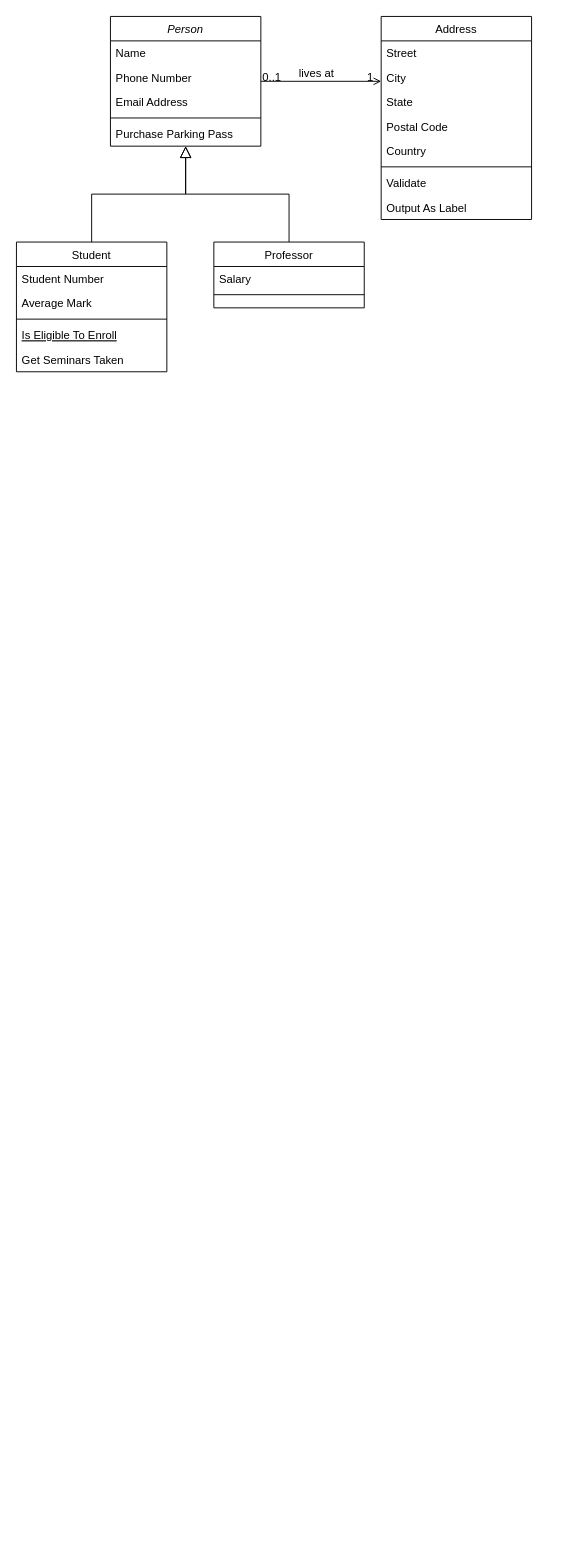
This is Untitled Diagram.drawio from 1909229876/blog, a draw.io file, before an edit. Source tidied: cells renumbered, new cells numbered last; positions are measured from the earlier drawing's top-left corner, leaving out a move shared by most shapes. Both pictures are drawn from the tidied source at 94%, with x=0, y=0 at pixel (16, 16).
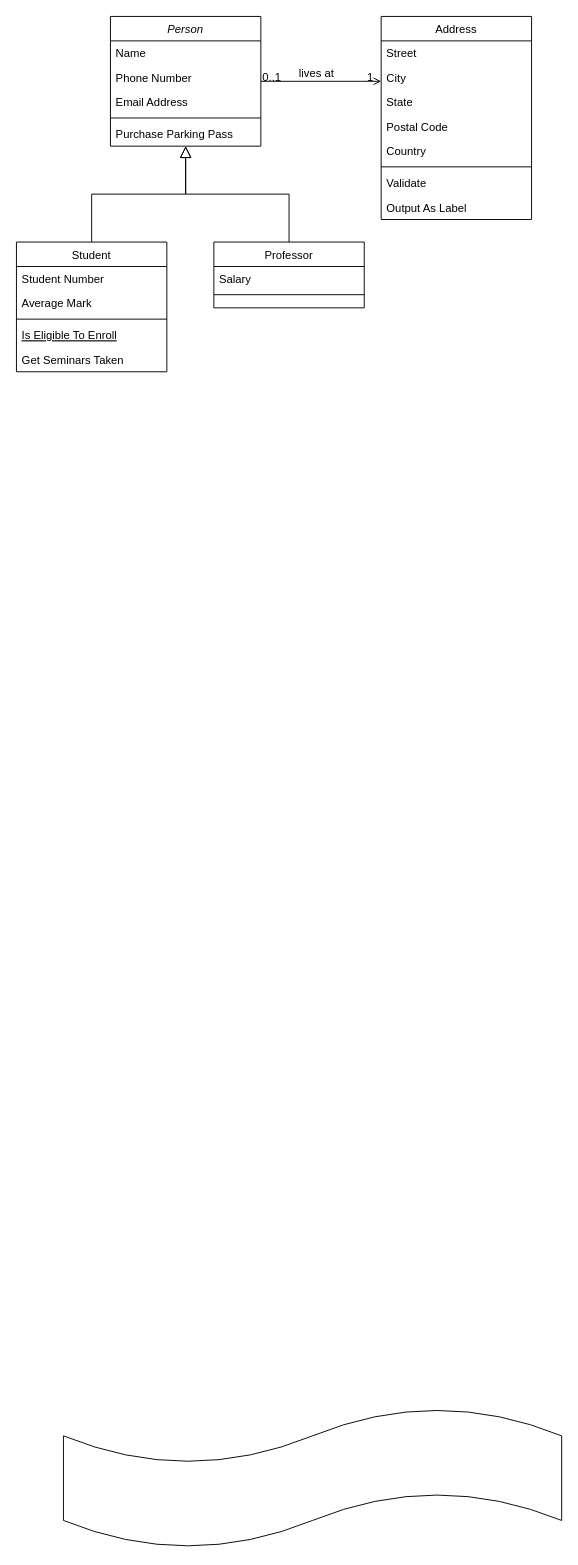
Above is the later version.

Change to the diagram source:
```diff
@@
+    <mxCell id="32" style="shape=tape;whiteSpace=wrap;html=1;" parent="1" vertex="1">
+      <mxGeometry x="50" y="1480" width="530" height="150" as="geometry" />
+    </mxCell>
```
